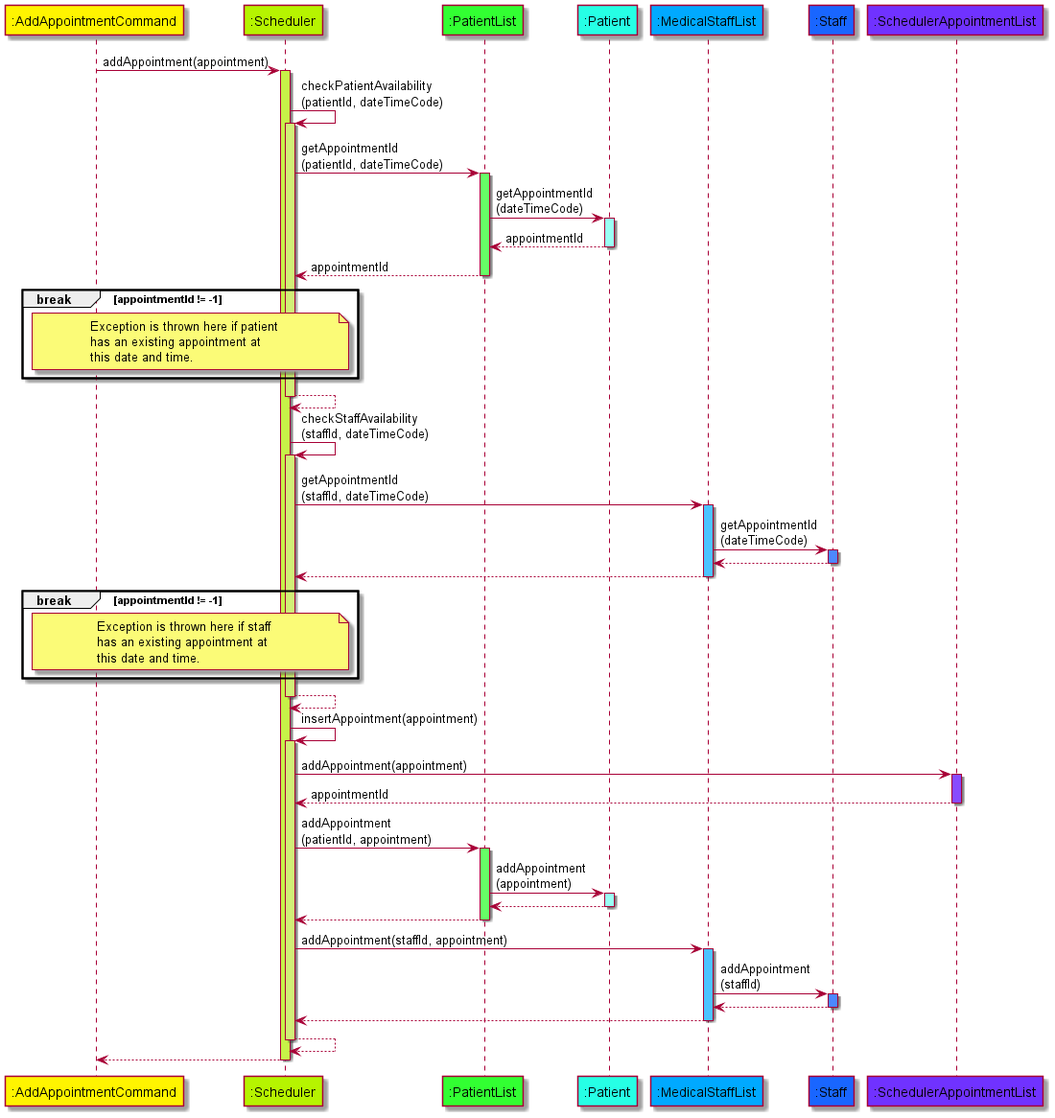
nus-cs2113-AY2122S1/tp keeps this PlantUML diagram as docs/diagrams/AddAppointmentSequenceDiagram.png. Above is the earlier version. Its source is kept beside it as docs/diagrams/pumlfiles/AddAppointmentSequenceDiagram.puml.
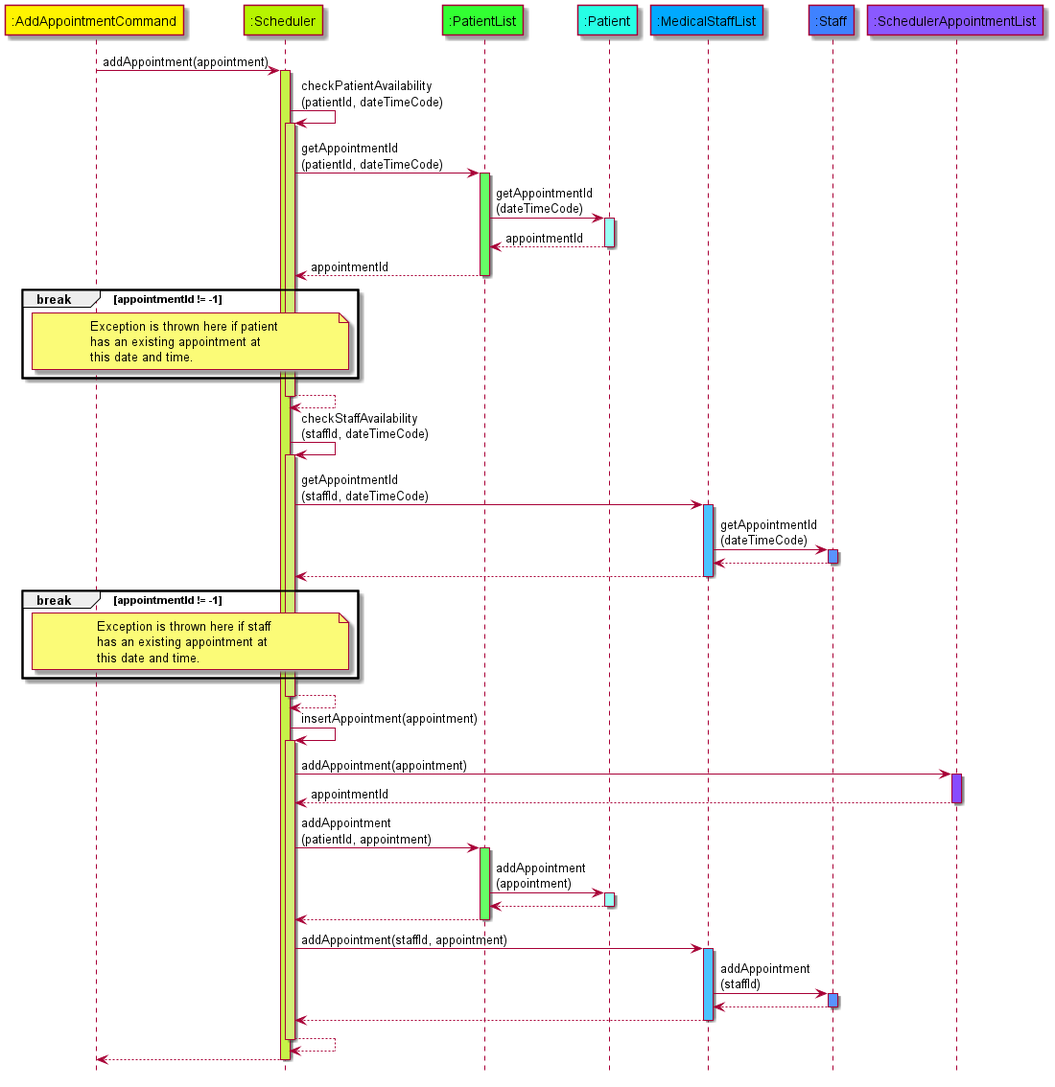
The same diagram one commit later.

Diff of the diagram source:
```diff
@@ -4,8 +4,8 @@
 !define ENTITY_COLOR_2 #32FF32
 !define ENTITY_COLOR_3 #26FFE5
 !define ENTITY_COLOR_4 #00A9FF
-!define ENTITY_COLOR_5 #1966FF
-!define ENTITY_COLOR_6 #7032FF
+!define ENTITY_COLOR_5 #3F82FF
+!define ENTITY_COLOR_6 #8A59FF
 
 !define ACTIVATION_COLOR_0 #C8EF53
 !define ACTIVATION_COLOR_1A #C7F248
@@ -13,7 +13,7 @@
 !define ACTIVATION_COLOR_2 #66FF66
 !define ACTIVATION_COLOR_3 #99FFF3
 !define ACTIVATION_COLOR_4 #4CC3FF
-!define ACTIVATION_COLOR_5 #4C88FF
+!define ACTIVATION_COLOR_5 #5993FF
 !define ACTIVATION_COLOR_6 #874CFF
 
 participant ":AddAppointmentCommand" as command ENTITY_COLOR_0
```
